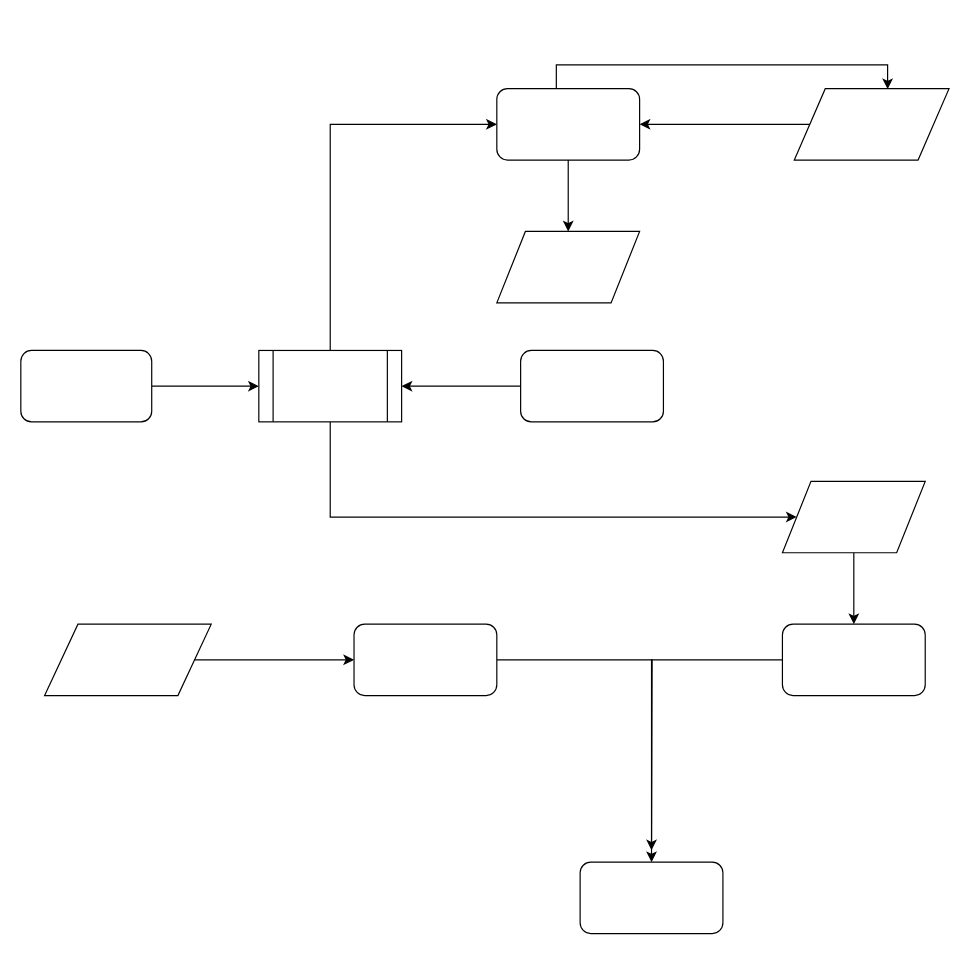
This is 网页绘制YUV流程图 (1).drawio from JumperMan/jm, a draw.io file, before an edit. Source tidied: cells renumbered, new cells numbered last; positions are measured from the earlier drawing's top-left corner, leaving out a move shared by most shapes. Both pictures are drawn from the tidied source at 119%, with x=0, y=0 at pixel (20, 64).
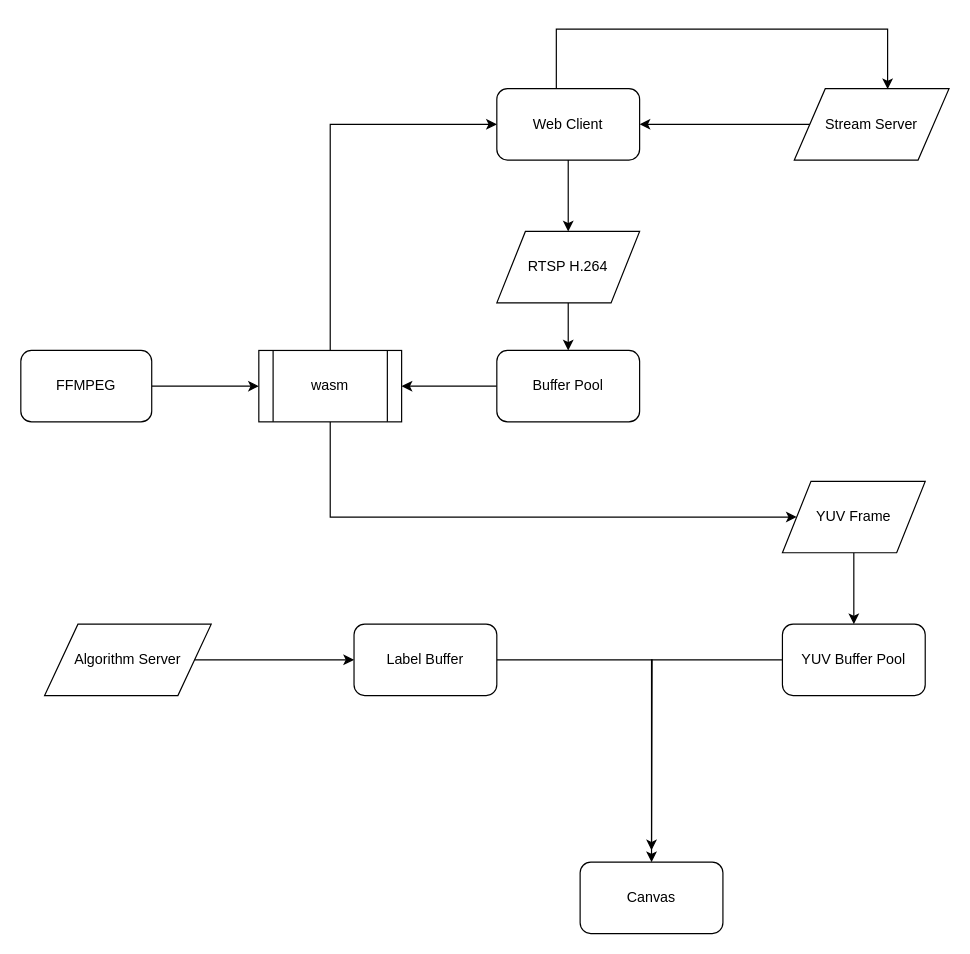
The same page after the edit.

Commit message:
更新网页绘制YUV流程图 (1).drawio

The edit, as a diff of the source:
```diff
@@
     <mxCell id="2" style="edgeStyle=orthogonalEdgeStyle;rounded=0;jettySize=auto;html=1;entryX=1;entryY=0.5;entryDx=0;entryDy=0;" parent="1" edge="1" source="3" target="6">
-      <mxGeometry relative="1" as="geometry" />
+      <mxGeometry relative="1" as="geometry">
+        <Array as="points">
+          <mxPoint x="590" y="50" />
+          <mxPoint x="590" y="50" />
+        </Array>
+      </mxGeometry>
     </mxCell>
-    <mxCell id="3" style="shape=parallelogram;perimeter=parallelogramPerimeter;whiteSpace=wrap;html=1;" parent="1" vertex="1">
+    <mxCell id="3" value="Stream Server" style="shape=parallelogram;perimeter=parallelogramPerimeter;whiteSpace=wrap;html=1;" parent="1" vertex="1">
       <mxGeometry x="650" y="20" width="130" height="60" as="geometry" />
     </mxCell>
     <mxCell id="4" style="edgeStyle=orthogonalEdgeStyle;rounded=0;jettySize=auto;html=1;entryX=0.603;entryY=0.007;entryDx=0;entryDy=0;entryPerimeter=0;" parent="1" edge="1" source="6" target="3">
       <mxGeometry relative="1" as="geometry">
         <Array as="points">
-          <mxPoint x="450" />
-          <mxPoint x="728" />
+          <mxPoint x="450" y="-30" />
+          <mxPoint x="728" y="-30" />
         </Array>
       </mxGeometry>
     </mxCell>
@@
-    <mxCell id="6" style="rounded=1;whiteSpace=wrap;html=1;" parent="1" vertex="1">
+    <mxCell id="6" value="Web Client" style="rounded=1;whiteSpace=wrap;html=1;" parent="1" vertex="1">
       <mxGeometry x="400" y="20" width="120" height="60" as="geometry" />
     </mxCell>
+    <mxCell id="24" style="edgeStyle=orthogonalEdgeStyle;rounded=0;jettySize=auto;html=1;" parent="1" edge="1" source="7" target="9">
+      <mxGeometry relative="1" as="geometry">
+        <Array as="points">
+          <mxPoint x="470" y="240" />
+          <mxPoint x="470" y="240" />
+        </Array>
+      </mxGeometry>
+    </mxCell>
-    <mxCell id="7" style="shape=parallelogram;perimeter=parallelogramPerimeter;whiteSpace=wrap;html=1;" parent="1" vertex="1">
+    <mxCell id="7" value="RTSP H.264" style="shape=parallelogram;perimeter=parallelogramPerimeter;whiteSpace=wrap;html=1;" parent="1" vertex="1">
       <mxGeometry x="400" y="140" width="120" height="60" as="geometry" />
     </mxCell>
@@
-    <mxCell id="9" style="rounded=1;whiteSpace=wrap;html=1;" parent="1" vertex="1">
-      <mxGeometry x="420" y="240" width="120" height="60" as="geometry" />
+    <mxCell id="9" value="Buffer Pool" style="rounded=1;whiteSpace=wrap;html=1;" parent="1" vertex="1">
+      <mxGeometry x="400" y="240" width="120" height="60" as="geometry" />
     </mxCell>
@@
-    <mxCell id="11" style="rounded=1;whiteSpace=wrap;html=1;" parent="1" vertex="1">
+    <mxCell id="11" value="FFMPEG" style="rounded=1;whiteSpace=wrap;html=1;" parent="1" vertex="1">
       <mxGeometry y="240" width="110" height="60" as="geometry" />
     </mxCell>
@@
-    <mxCell id="14" style="shape=process;whiteSpace=wrap;html=1;backgroundOutline=1;" parent="1" vertex="1">
+    <mxCell id="14" value="wasm" style="shape=process;whiteSpace=wrap;html=1;backgroundOutline=1;" parent="1" vertex="1">
       <mxGeometry x="200" y="240" width="120" height="60" as="geometry" />
     </mxCell>
@@
-    <mxCell id="16" style="shape=parallelogram;perimeter=parallelogramPerimeter;whiteSpace=wrap;html=1;" parent="1" vertex="1">
+    <mxCell id="16" value="YUV Frame" style="shape=parallelogram;perimeter=parallelogramPerimeter;whiteSpace=wrap;html=1;" parent="1" vertex="1">
       <mxGeometry x="640" y="350" width="120" height="60" as="geometry" />
     </mxCell>
@@
-    <mxCell id="18" style="rounded=1;whiteSpace=wrap;html=1;" parent="1" vertex="1">
+    <mxCell id="18" value="YUV Buffer Pool" style="rounded=1;whiteSpace=wrap;html=1;" parent="1" vertex="1">
       <mxGeometry x="640" y="470" width="120" height="60" as="geometry" />
     </mxCell>
@@
-    <mxCell id="20" style="rounded=1;whiteSpace=wrap;html=1;" parent="1" vertex="1">
+    <mxCell id="20" value="Label Buffer" style="rounded=1;whiteSpace=wrap;html=1;" parent="1" vertex="1">
       <mxGeometry x="280" y="470" width="120" height="60" as="geometry" />
     </mxCell>
-    <mxCell id="21" style="rounded=1;whiteSpace=wrap;html=1;" parent="1" vertex="1">
+    <mxCell id="21" value="Canvas" style="rounded=1;whiteSpace=wrap;html=1;" parent="1" vertex="1">
       <mxGeometry x="470" y="670" width="120" height="60" as="geometry" />
     </mxCell>
@@
-    <mxCell id="23" style="shape=parallelogram;perimeter=parallelogramPerimeter;whiteSpace=wrap;html=1;" parent="1" vertex="1">
+    <mxCell id="23" value="Algorithm Server" style="shape=parallelogram;perimeter=parallelogramPerimeter;whiteSpace=wrap;html=1;" parent="1" vertex="1">
       <mxGeometry x="20" y="470" width="140" height="60" as="geometry" />
     </mxCell>
```
